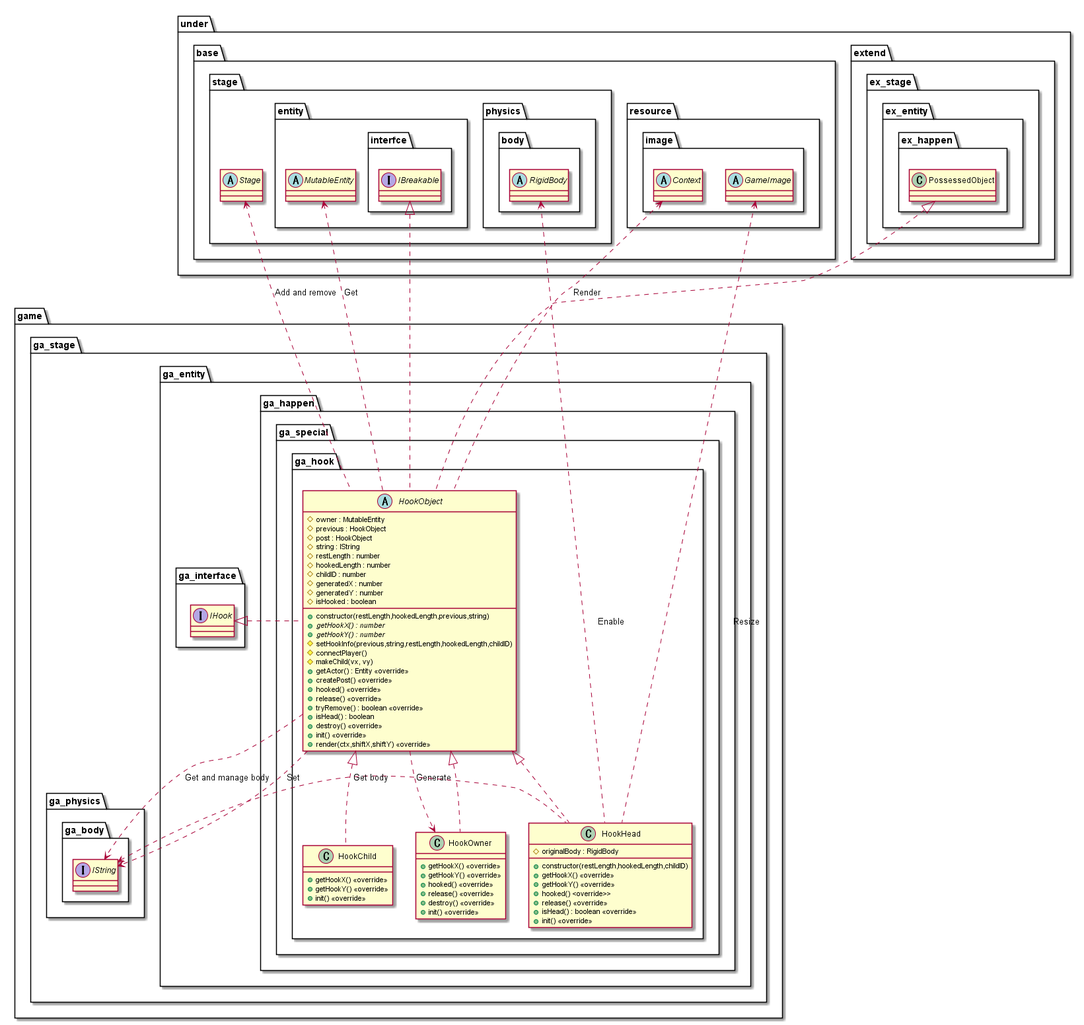
Before: out/uml/entity/GameHook/EntityGameHook.png, a diagram exported from PlantUML (Expine/Under). Its diagram source:
```plantuml
@startuml EntityGameHook
package game {
    package ga_stage {
        package ga_entity {
            package ga_happen {
                package ga_special {
                    package ga_hook {
                        abstract HookObject {
                            +constructor(restLength,hookedLength,previous,string)
                            #owner : MutableEntity
                            #previous : HookObject
                            #post : HookObject
                            #string : IString
                            #restLength : number
                            #hookedLength : number
                            #childID : number
                            #generatedX : number
                            #generatedY : number
                            #isHooked : boolean
                            {abstract} +getHookX() : number
                            {abstract} +getHookY() : number
                            #setHookInfo(previous,string,restLength,hookedLength,childID)
                            #connectPlayer()
                            #makeChild(vx, vy)
                            +getActor() : Entity <<override>>
                            +createPost() <<override>>
                            +hooked() <<override>>
                            +release() <<override>>
                            +tryRemove() : boolean <<override>>
                            +isHead() : boolean
                            +destroy() <<override>>
                            +init() <<override>>
                            +render(ctx,shiftX,shiftY) <<override>>
                        }
                        class HookHead {
                            +constructor(restLength,hookedLength,childID)
                            #originalBody : RigidBody
                            +getHookX() <<override>>
                            +getHookY() <<override>>
                            +hooked() <override>>
                            +release() <<override>>
                            +isHead() : boolean <<override>>
                            +init() <<override>>
                        }
                        class HookChild {
                            +getHookX() <<override>>
                            +getHookY() <<override>>
                            +init() <<override>>
                        }
                        class HookOwner {
                            +getHookX() <<override>>
                            +getHookY() <<override>>
                            +hooked() <<override>>
                            +release() <<override>>
                            +destroy() <<override>>
                            +init() <<override>>
                        }
                    }
                }
            }
        }
    }
}

package under {
    package base {
        package resource {
            package image {
                abstract Context
                abstract GameImage
            }
        }
        package stage {
            abstract Stage
            package entity {
                abstract MutableEntity
                package interfce {
                    interface IBreakable
                }
            }
            package physics {
                package body {
                    abstract RigidBody
                }
            }
        }
    }
    package extend {
        package ex_stage {
            package ex_entity {
                package ex_happen {
                    class PossessedObject
                }
            }
        }
    }
}
package game {
    package ga_stage {
        package ga_entity {
            package ga_interface {
                interface IHook
            }
        }
        package ga_physics {
            package ga_body {
                interface IString
            }
        }
    }
}

MutableEntity <.. HookObject : Get
HookObject ..> IString: Get and manage body
HookObject ..> HookOwner : Generate
Context <.. HookObject : Render
Stage <.. HookObject : Add and remove

GameImage <... HookHead : Resize
HookObject ..> IString : Set
RigidBody <... HookHead : Enable
IString <. HookHead : Get body

PossessedObject <|.. HookObject
IBreakable <|.. HookObject
IHook <|. HookObject
HookObject <|.. HookHead
HookObject <|.. HookChild
HookObject <|.. HookOwner

@enduml
```
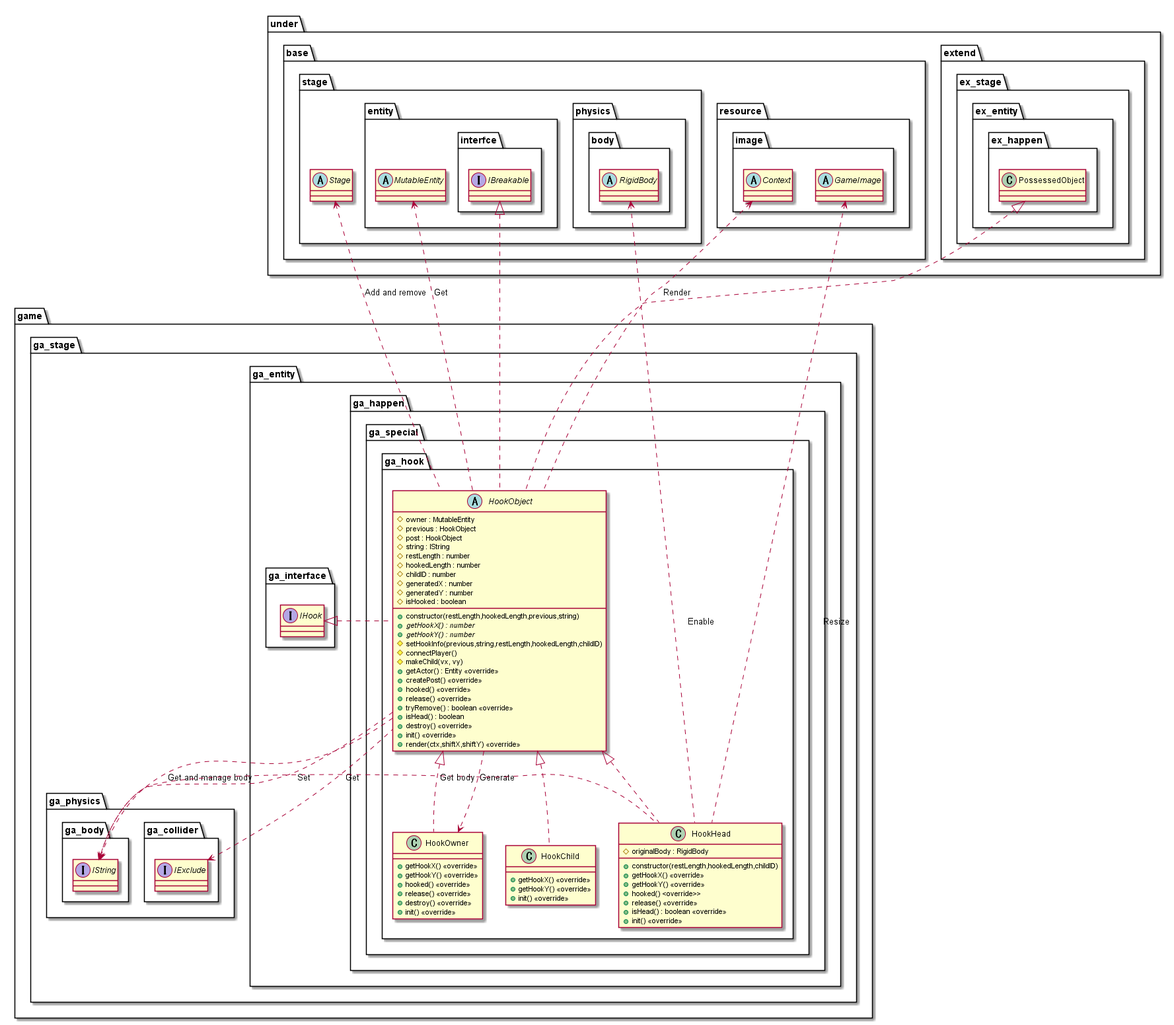
The same file after the commit.

The edit, as a diff of the source:
```diff
@@ -106,6 +106,9 @@
             package ga_body {
                 interface IString
             }
+            package ga_collider {
+                interface IExclude
+            }
         }
     }
 }
@@ -115,6 +118,7 @@
 HookObject ..> HookOwner : Generate
 Context <.. HookObject : Render
 Stage <.. HookObject : Add and remove
+IExclude <.. HookObject : Get
 
 GameImage <... HookHead : Resize
 HookObject ..> IString : Set
```
